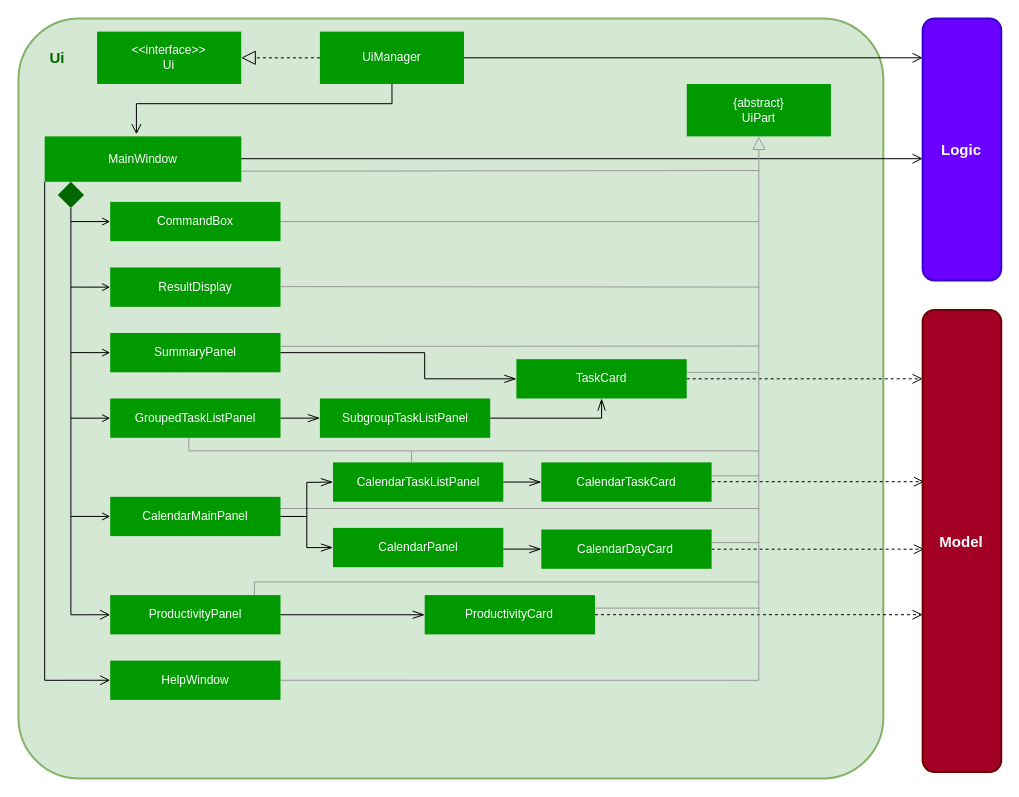
Earlier version of the draw.io diagram docs/diagrams/UiClassDiagram.drawio (yapdianhao/main). Source tidied: cells renumbered, new cells numbered last; positions are measured from the earlier drawing's top-left corner, leaving out a move shared by most shapes. Both pictures are drawn from the tidied source at 100%, with x=0, y=0 at pixel (18, 18).
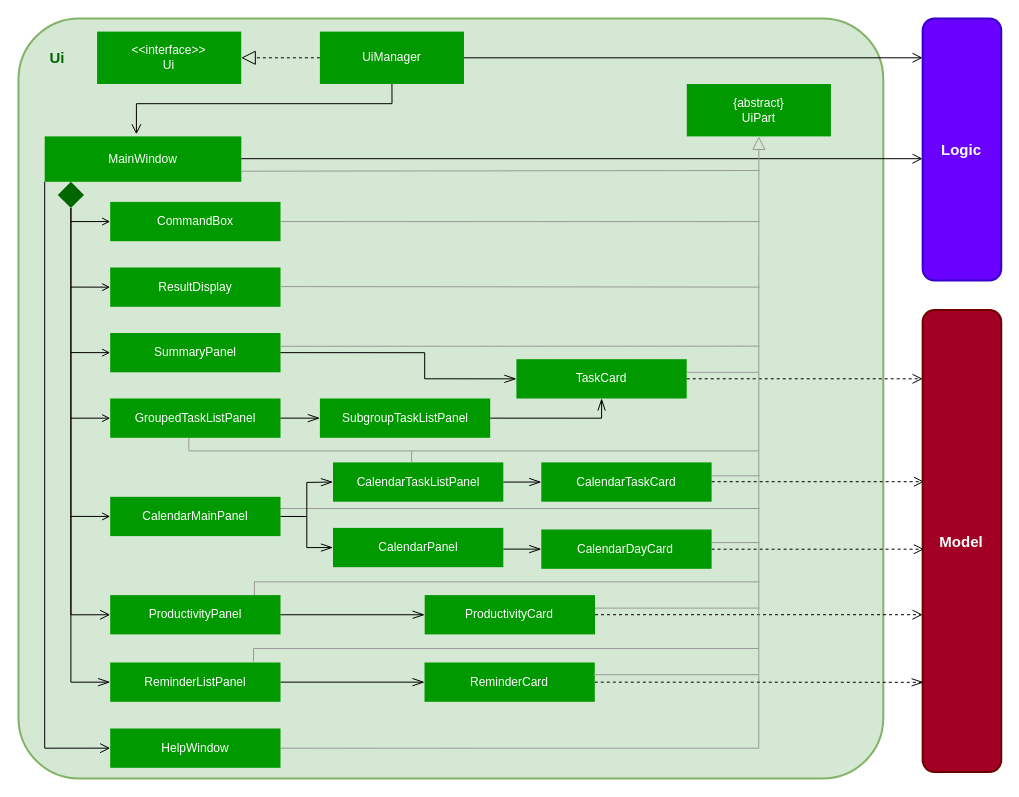
The same page after the edit.

Commit message (it also covers changes not shown here):
updated Ui class diagram

The change refers to these unchanged cells:
```xml
<mxCell id="4" style="rounded=1;whiteSpace=wrap;html=1;strokeWidth=2;fillColor=#A20025;strokeColor=#6F0000;rotation=-90;" parent="1" vertex="1">
  <mxGeometry x="712.5" y="483.2" width="461.9" height="78.6" as="geometry" />
</mxCell>
<mxCell id="19" style="rounded=0;whiteSpace=wrap;html=1;strokeWidth=1;fillColor=#009900;strokeColor=none;" parent="18" vertex="1">
  <mxGeometry width="196.6" height="45.4" as="geometry" />
</mxCell>
<mxCell id="29" style="rhombus;whiteSpace=wrap;html=1;strokeColor=none;strokeWidth=2;fillColor=#006600;" parent="1" vertex="1">
  <mxGeometry x="39.3" y="163.3" width="26.2" height="26.2" as="geometry" />
</mxCell>
```

Change to the diagram source:
```diff
@@
-    <mxCell id="27" style="edgeStyle=orthogonalEdgeStyle;rounded=0;jettySize=auto;html=1;exitX=0;exitY=1;exitDx=0;exitDy=0;entryX=0;entryY=0.5;entryDx=0;entryDy=0;endArrow=open;endFill=0;endSize=8;" parent="1" edge="1" source="19" target="73">
-      <mxGeometry relative="1" as="geometry" />
-    </mxCell>
@@
+    <mxCell id="102" style="edgeStyle=orthogonalEdgeStyle;rounded=0;jettySize=auto;html=1;exitX=0.5;exitY=1;exitDx=0;exitDy=0;entryX=0;entryY=0.5;entryDx=0;entryDy=0;endArrow=openThin;endFill=0;endSize=10;" parent="1" edge="1" source="29" target="104">
+      <mxGeometry relative="1" as="geometry" />
+    </mxCell>
@@
-    <mxCell id="73" style="rounded=0;whiteSpace=wrap;html=1;strokeWidth=1;fillColor=#009900;strokeColor=none;" parent="1" vertex="1">
-      <mxGeometry x="91.7" y="642.1" width="170.3" height="39.3" as="geometry" />
-    </mxCell>
-    <mxCell id="74" value="&lt;font color=&quot;#ffffff&quot;&gt;HelpWindow&lt;/font&gt;" style="text;html=1;strokeColor=none;fillColor=#009900;align=center;verticalAlign=middle;whiteSpace=wrap;rounded=0;" parent="1" vertex="1">
-      <mxGeometry x="104.8" y="648.6" width="144.1" height="26.2" as="geometry" />
-    </mxCell>
@@
+    <mxCell id="103" style="edgeStyle=orthogonalEdgeStyle;rounded=0;jettySize=auto;html=1;exitX=1;exitY=0.5;exitDx=0;exitDy=0;entryX=0;entryY=0.5;entryDx=0;entryDy=0;endArrow=openThin;endFill=0;endSize=10;" parent="1" edge="1" source="104" target="107">
+      <mxGeometry relative="1" as="geometry" />
+    </mxCell>
+    <mxCell id="104" value="&lt;font color=&quot;#ffffff&quot;&gt;ReminderListPanel&lt;/font&gt;" style="rounded=0;whiteSpace=wrap;html=1;strokeWidth=1;fillColor=#009900;strokeColor=none;" parent="1" vertex="1">
+      <mxGeometry x="91.7" y="644" width="170.3" height="39.3" as="geometry" />
+    </mxCell>
+    <mxCell id="105" style="group;" parent="1" vertex="1">
+      <mxGeometry x="91.7" y="710" width="170.3" height="39.3" as="geometry" />
+    </mxCell>
+    <mxCell id="73" style="rounded=0;whiteSpace=wrap;html=1;strokeWidth=1;fillColor=#009900;strokeColor=none;" parent="105" vertex="1">
+      <mxGeometry width="170.3" height="39.3" as="geometry" />
+    </mxCell>
+    <mxCell id="74" value="&lt;font color=&quot;#ffffff&quot;&gt;HelpWindow&lt;/font&gt;" style="text;html=1;strokeColor=none;fillColor=#009900;align=center;verticalAlign=middle;whiteSpace=wrap;rounded=0;" parent="105" vertex="1">
+      <mxGeometry x="13.1" y="6.6" width="144.1" height="26.2" as="geometry" />
+    </mxCell>
+    <mxCell id="27" style="edgeStyle=orthogonalEdgeStyle;rounded=0;jettySize=auto;html=1;exitX=0;exitY=1;exitDx=0;exitDy=0;entryX=0;entryY=0.5;entryDx=0;entryDy=0;endArrow=open;endFill=0;endSize=8;" parent="1" edge="1" source="19" target="73">
+      <mxGeometry relative="1" as="geometry" />
+    </mxCell>
+    <mxCell id="106" style="edgeStyle=orthogonalEdgeStyle;rounded=0;jettySize=auto;html=1;exitX=1;exitY=0.5;exitDx=0;exitDy=0;entryX=0.194;entryY=0.013;entryDx=0;entryDy=0;entryPerimeter=0;endArrow=openThin;endFill=0;endSize=10;dashed=1;" parent="1" edge="1" source="107" target="4">
+      <mxGeometry relative="1" as="geometry" />
+    </mxCell>
+    <mxCell id="107" value="&lt;font color=&quot;#ffffff&quot;&gt;ReminderCard&lt;/font&gt;" style="rounded=0;whiteSpace=wrap;html=1;strokeWidth=1;fillColor=#009900;strokeColor=none;" parent="1" vertex="1">
+      <mxGeometry x="406" y="644" width="170.3" height="39.3" as="geometry" />
+    </mxCell>
+    <mxCell id="108" style="group;fontColor=#999999;" parent="1" vertex="1">
+      <mxGeometry x="235" y="630" width="405.8" height="13.1" as="geometry" />
+    </mxCell>
+    <mxCell id="109" style="endArrow=none;html=1;strokeColor=#999999;" parent="108" edge="1">
+      <mxGeometry relative="1" as="geometry">
+        <mxPoint as="sourcePoint" />
+        <mxPoint x="505.1" as="targetPoint" />
+      </mxGeometry>
+    </mxCell>
+    <mxCell id="110" style="endArrow=none;html=1;strokeColor=#999999;" parent="108" edge="1">
+      <mxGeometry relative="1" as="geometry">
+        <mxPoint y="13.1" as="sourcePoint" />
+        <mxPoint as="targetPoint" />
+      </mxGeometry>
+    </mxCell>
+    <mxCell id="111" style="endArrow=none;html=1;strokeColor=#999999;fontColor=#999999;" parent="108" edge="1">
+      <mxGeometry relative="1" as="geometry">
+        <mxPoint x="340.3" y="26.2" as="sourcePoint" />
+        <mxPoint x="505.1" y="26.2" as="targetPoint" />
+      </mxGeometry>
+    </mxCell>
```
